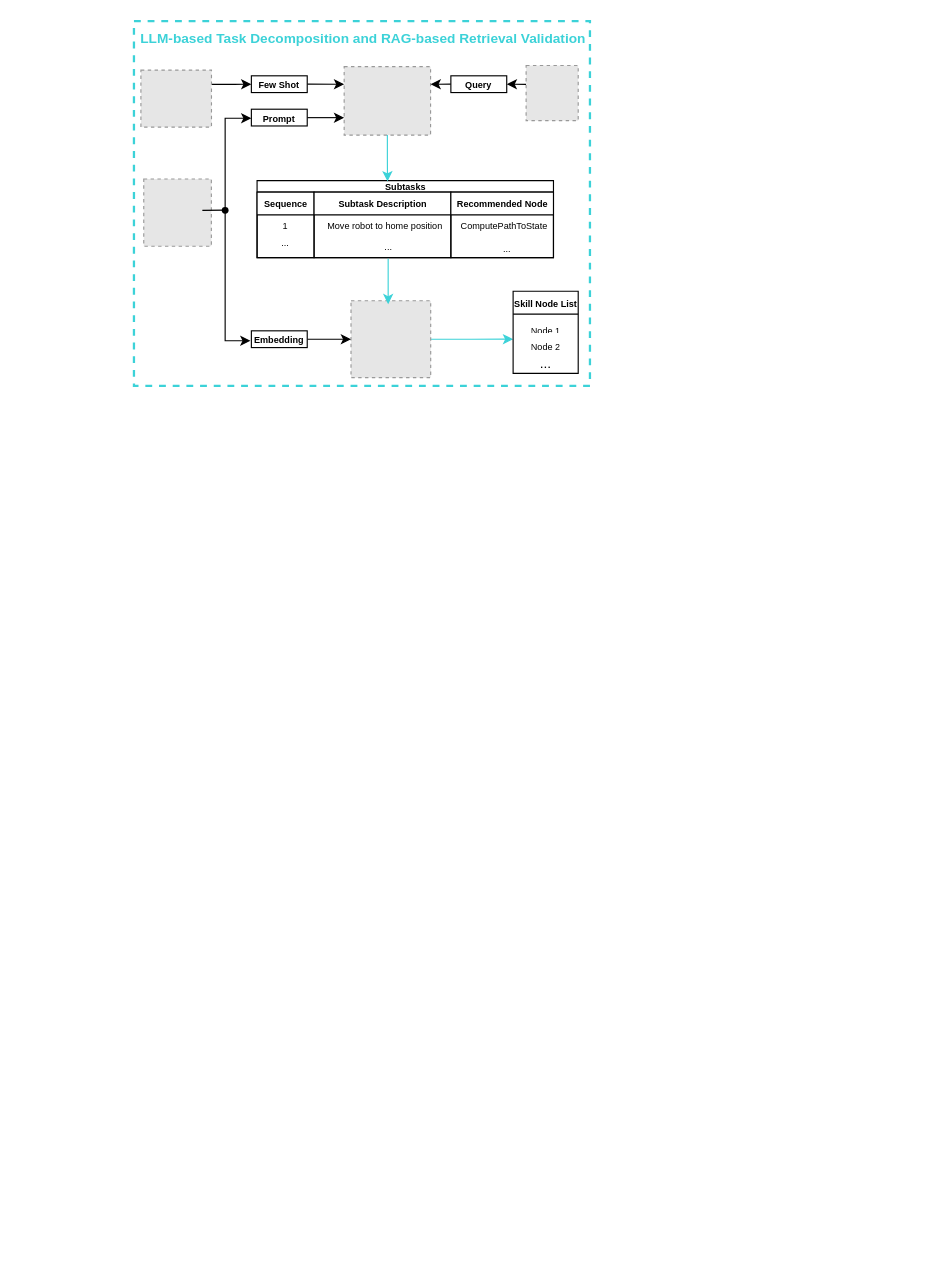
Above: page "Page-1" (1 of 6) of LLM-based Task Decomposition and RAG-based Retrieval Validation.drawio in ipa-rwu/JiWei_Thesis (draw.io), before the change. Source tidied: cells renumbered, new cells numbered last; positions are measured from the earlier drawing's top-left corner, leaving out a move shared by most shapes. Both pictures are drawn from the tidied source at 114%, with x=0, y=0 at pixel (133, 21). Pictures stored in the file or linked from it are replaced by grey dashed boxes.
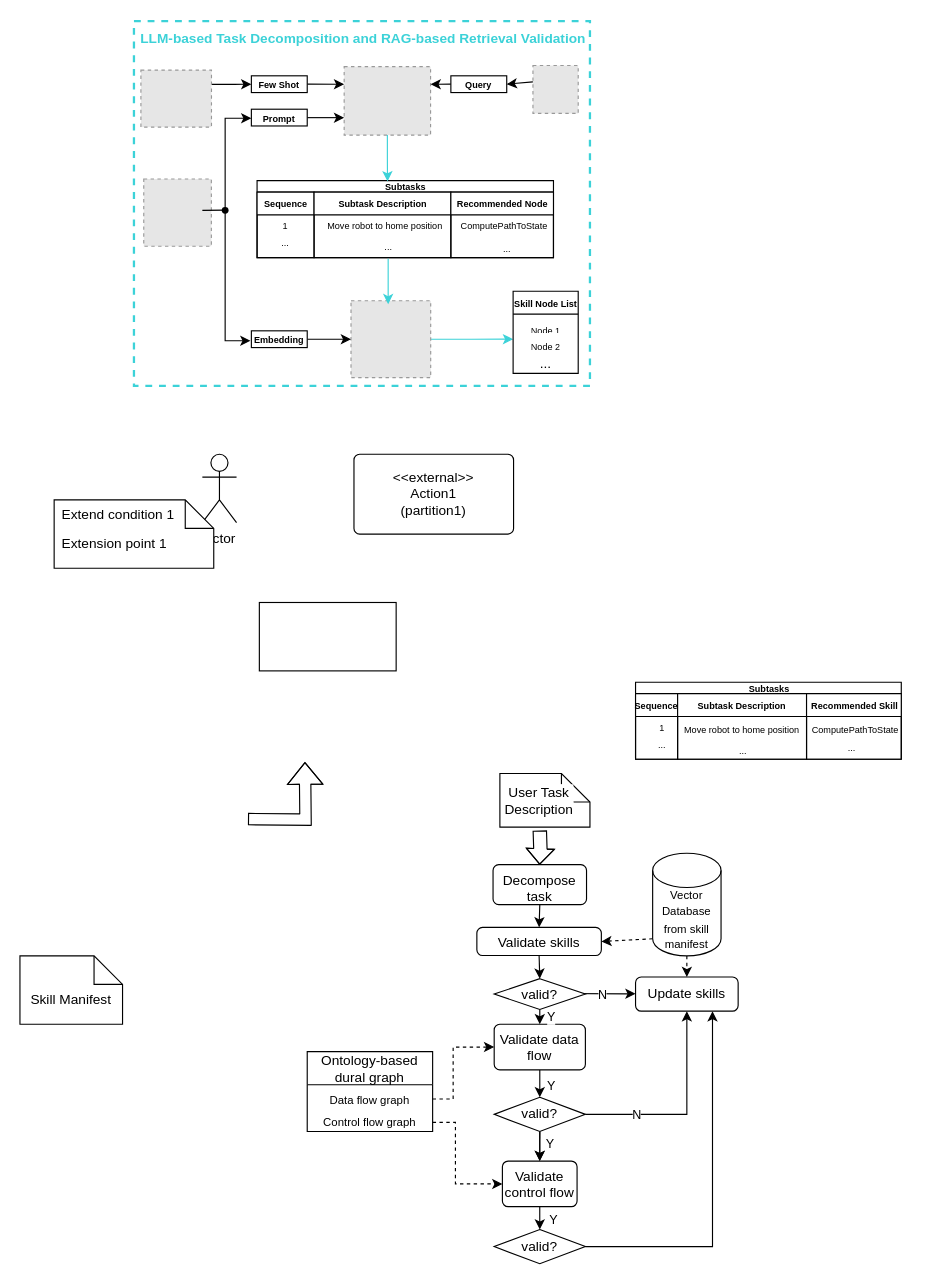
Above is the later version.

Change to the diagram source:
```diff
@@
     <mxCell id="6" style="fillColor=#E6E6E6;strokeColor=#999999;dashed=1;verticalLabelPosition=bottom;labelBackgroundColor=default;verticalAlign=top;" parent="1" vertex="1">
-      <mxGeometry x="344" y="39" width="45.7" height="48.3" as="geometry" />
+      <mxGeometry x="350" y="39" width="39.7" height="42" as="geometry" />
     </mxCell>
@@
+    <mxCell id="41" value="Actor" style="shape=umlActor;verticalLabelPosition=bottom;verticalAlign=top;html=1;" parent="1" vertex="1">
+      <mxGeometry x="60" y="380" width="30" height="60" as="geometry" />
+    </mxCell>
+    <mxCell id="42" value="&amp;lt;&amp;lt;external&amp;gt;&amp;gt;&lt;br&gt;Action1&lt;br&gt;(partition1)" style="html=1;align=center;verticalAlign=middle;rounded=1;absoluteArcSize=1;arcSize=10;dashed=0;whiteSpace=wrap;" parent="1" vertex="1">
+      <mxGeometry x="193" y="380" width="140" height="70" as="geometry" />
+    </mxCell>
+    <mxCell id="43" value="Extension point 1" style="shape=note2;boundedLbl=1;whiteSpace=wrap;html=1;size=25;verticalAlign=top;align=left;spacingLeft=5;" parent="1" vertex="1">
+      <mxGeometry x="-70" y="420" width="140" height="60" as="geometry" />
+    </mxCell>
+    <mxCell id="44" value="Extend condition 1" style="strokeColor=none;fillColor=none;align=left;spacingLeft=5;whiteSpace=wrap;html=1;" parent="43" vertex="1">
+      <mxGeometry width="140" height="25" relative="1" as="geometry" />
+    </mxCell>
+    <mxCell id="45" style="shape=note2;boundedLbl=1;whiteSpace=wrap;html=1;size=25;verticalAlign=top;align=center;" parent="1" vertex="1">
+      <mxGeometry x="321" y="660" width="79" height="47" as="geometry" />
+    </mxCell>
+    <mxCell id="46" value="&lt;span style=&quot;text-align: left;&quot;&gt;Skill Manifest&lt;/span&gt;" style="shape=note2;boundedLbl=1;whiteSpace=wrap;html=1;size=25;verticalAlign=top;align=center;" parent="1" vertex="1">
+      <mxGeometry x="-100" y="820" width="90" height="60" as="geometry" />
+    </mxCell>
+    <mxCell id="47" style="edgeStyle=orthogonalEdgeStyle;shape=connector;rounded=0;jettySize=auto;html=1;exitX=0.5;exitY=1;exitDx=0;exitDy=0;exitPerimeter=0;entryX=0.5;entryY=0;entryDx=0;entryDy=0;strokeColor=default;align=center;verticalAlign=middle;fontFamily=Helvetica;fontSize=11;fontColor=default;labelBackgroundColor=default;endArrow=classic;dashed=1;" parent="1" edge="1" source="49" target="84">
+      <mxGeometry relative="1" as="geometry" />
+    </mxCell>
+    <mxCell id="48" style="endArrow=classic;html=1;rounded=0;fontFamily=Helvetica;fontSize=11;fontColor=default;labelBackgroundColor=default;dashed=1;exitX=0;exitY=1;exitDx=0;exitDy=-15;exitPerimeter=0;entryX=1;entryY=0.5;entryDx=0;entryDy=0;" parent="1" edge="1" source="49" target="62">
+      <mxGeometry relative="1" as="geometry" />
+    </mxCell>
+    <mxCell id="49" value="&lt;font style=&quot;font-size: 10px;&quot;&gt;Vector Database from skill manifest&lt;/font&gt;" style="shape=cylinder3;whiteSpace=wrap;html=1;boundedLbl=1;backgroundOutline=1;size=15;" parent="1" vertex="1">
+      <mxGeometry x="455" y="730" width="60" height="90" as="geometry" />
+    </mxCell>
+    <mxCell id="50" style="group;" parent="1" vertex="1">
+      <mxGeometry x="440" y="580" width="240" height="67.5" as="geometry" />
+    </mxCell>
+    <mxCell id="51" value="&lt;font style=&quot;font-size: 8px;&quot;&gt;Subtasks&lt;/font&gt;" style="swimlane;startSize=10;html=1;" parent="50" vertex="1">
+      <mxGeometry width="233.1" height="67.5" as="geometry" />
+    </mxCell>
+    <mxCell id="52" value="&lt;font style=&quot;font-size: 8px;&quot;&gt;Sequence&lt;/font&gt;" style="swimlane;startSize=20;html=1;" parent="51" vertex="1">
+      <mxGeometry y="10" width="36.9" height="57.5" as="geometry" />
+    </mxCell>
+    <mxCell id="53" value="1" style="text;whiteSpace=wrap;align=center;verticalAlign=middle;fontSize=8;" parent="52" vertex="1">
+      <mxGeometry x="13.8" y="17" width="18.5" height="25" as="geometry" />
+    </mxCell>
+    <mxCell id="54" value="..." style="text;whiteSpace=wrap;align=center;verticalAlign=middle;fontSize=8;" parent="52" vertex="1">
+      <mxGeometry x="13.8" y="32.5" width="18.5" height="25" as="geometry" />
+    </mxCell>
+    <mxCell id="55" value="&lt;div align=&quot;center&quot;&gt;&lt;font style=&quot;font-size: 8px;&quot;&gt;Subtask Description&lt;/font&gt;&lt;/div&gt;" style="swimlane;startSize=20;html=1;align=center;" parent="51" vertex="1">
+      <mxGeometry x="36.9" y="10" width="113.1" height="57.5" as="geometry" />
+    </mxCell>
+    <mxCell id="56" value="&lt;font style=&quot;font-size: 8px;&quot;&gt;Move robot to home position&lt;/font&gt;" style="text;whiteSpace=wrap;html=1;" parent="55" vertex="1">
+      <mxGeometry x="4.4" y="17" width="106.5" height="20" as="geometry" />
+    </mxCell>
+    <mxCell id="57" value="&lt;font style=&quot;font-size: 8px;&quot;&gt;Recommended Skill&lt;/font&gt;" style="swimlane;startSize=20;html=1;" parent="51" vertex="1">
+      <mxGeometry x="150" y="10" width="83.1" height="57.5" as="geometry" />
+    </mxCell>
+    <mxCell id="58" value="&lt;font style=&quot;font-size: 8px;&quot;&gt;&lt;span&gt;ComputePathToState&lt;/span&gt;&lt;/font&gt;" style="text;whiteSpace=wrap;html=1;" parent="57" vertex="1">
+      <mxGeometry x="2.8" y="17" width="73.8" height="20" as="geometry" />
+    </mxCell>
+    <mxCell id="59" value="&lt;div align=&quot;center&quot;&gt;&lt;font style=&quot;font-size: 8px;&quot;&gt;...&lt;/font&gt;&lt;/div&gt;" style="text;whiteSpace=wrap;html=1;align=center;" parent="57" vertex="1">
+      <mxGeometry x="9.7" y="32.5" width="60" height="20" as="geometry" />
+    </mxCell>
+    <mxCell id="60" value="&lt;div align=&quot;center&quot;&gt;&lt;font style=&quot;font-size: 8px;&quot;&gt;...&lt;/font&gt;&lt;/div&gt;" style="text;whiteSpace=wrap;html=1;align=center;" parent="50" vertex="1">
+      <mxGeometry x="46.2" y="45" width="96.9" height="20" as="geometry" />
+    </mxCell>
+    <mxCell id="61" style="edgeStyle=orthogonalEdgeStyle;rounded=0;jettySize=auto;html=1;exitX=0.5;exitY=1;exitDx=0;exitDy=0;entryX=0.5;entryY=0;entryDx=0;entryDy=0;fontFamily=Helvetica;fontSize=11;fontColor=default;labelBackgroundColor=default;" parent="1" edge="1" source="62" target="89">
+      <mxGeometry relative="1" as="geometry" />
+    </mxCell>
+    <mxCell id="62" value="Validate skills" style="html=1;align=center;verticalAlign=top;rounded=1;absoluteArcSize=1;arcSize=10;dashed=0;whiteSpace=wrap;" parent="1" vertex="1">
+      <mxGeometry x="300.8" y="795" width="109.2" height="24.7" as="geometry" />
+    </mxCell>
+    <mxCell id="63" style="endArrow=classic;html=1;rounded=0;fontFamily=Helvetica;fontSize=11;fontColor=default;labelBackgroundColor=default;" parent="1" edge="1" source="65" target="77">
+      <mxGeometry relative="1" as="geometry" />
+    </mxCell>
+    <mxCell id="64" value="Y" style="edgeLabel;html=1;align=center;verticalAlign=middle;fontFamily=Helvetica;fontSize=11;fontColor=default;labelBackgroundColor=default;fillColor=none;gradientColor=none;" parent="63" vertex="1">
+      <mxGeometry x="0.18" relative="1" as="geometry">
+        <mxPoint x="9" y="-1" as="offset" />
+      </mxGeometry>
+    </mxCell>
+    <mxCell id="65" value="Validate data flow" style="html=1;align=center;verticalAlign=top;rounded=1;absoluteArcSize=1;arcSize=10;dashed=0;whiteSpace=wrap;" parent="1" vertex="1">
+      <mxGeometry x="316" y="880" width="80" height="40" as="geometry" />
+    </mxCell>
+    <mxCell id="66" style="endArrow=classic;html=1;rounded=0;fontFamily=Helvetica;fontSize=11;fontColor=default;labelBackgroundColor=default;" parent="1" edge="1" source="68" target="81">
+      <mxGeometry relative="1" as="geometry" />
+    </mxCell>
+    <mxCell id="67" value="Y" style="edgeLabel;html=1;align=center;verticalAlign=middle;fontFamily=Helvetica;fontSize=11;fontColor=default;labelBackgroundColor=default;fillColor=none;gradientColor=none;" parent="66" vertex="1">
+      <mxGeometry x="0.03" relative="1" as="geometry">
+        <mxPoint x="12" y="2" as="offset" />
+      </mxGeometry>
+    </mxCell>
+    <mxCell id="68" value="Validate control flow" style="html=1;align=center;verticalAlign=top;rounded=1;absoluteArcSize=1;arcSize=10;dashed=0;whiteSpace=wrap;" parent="1" vertex="1">
+      <mxGeometry x="323.2" y="1000" width="65.5" height="40" as="geometry" />
+    </mxCell>
+    <mxCell id="69" value="&lt;span style=&quot;font-weight: normal;&quot;&gt;Ontology-based dural graph&lt;/span&gt;" style="swimlane;fontStyle=1;align=center;verticalAlign=middle;horizontal=1;startSize=29;html=1;whiteSpace=wrap;" parent="1" vertex="1">
+      <mxGeometry x="152" y="904" width="110" height="70" as="geometry" />
+    </mxCell>
+    <mxCell id="70" value="Data flow graph" style="text;html=1;strokeColor=none;fillColor=none;align=center;verticalAlign=middle;spacingLeft=4;spacingRight=4;overflow=hidden;points=[[0,0.5],[1,0.5]];portConstraint=eastwest;whiteSpace=wrap;fontSize=10;" parent="69" vertex="1">
+      <mxGeometry y="29" width="110" height="25" as="geometry" />
+    </mxCell>
+    <mxCell id="71" value="Control flow graph" style="text;html=1;strokeColor=none;fillColor=none;align=center;verticalAlign=middle;spacingLeft=4;spacingRight=4;overflow=hidden;points=[[0,0.5],[1,0.5]];portConstraint=eastwest;whiteSpace=wrap;fontSize=10;" parent="69" vertex="1">
+      <mxGeometry y="54" width="110" height="16" as="geometry" />
+    </mxCell>
+    <mxCell id="72" value="Decompose task" style="html=1;align=center;verticalAlign=top;rounded=1;absoluteArcSize=1;arcSize=10;dashed=0;whiteSpace=wrap;" parent="1" vertex="1">
+      <mxGeometry x="315" y="740" width="82" height="35" as="geometry" />
+    </mxCell>
+    <mxCell id="73" style="edgeStyle=orthogonalEdgeStyle;rounded=0;jettySize=auto;html=1;exitX=0.5;exitY=1;exitDx=0;exitDy=0;entryX=0.5;entryY=0;entryDx=0;entryDy=0;fontFamily=Helvetica;fontSize=11;fontColor=default;labelBackgroundColor=default;" parent="1" edge="1" source="77" target="68">
+      <mxGeometry relative="1" as="geometry" />
+    </mxCell>
+    <mxCell id="74" style="endArrow=classic;html=1;rounded=0;fontFamily=Helvetica;fontSize=11;fontColor=default;labelBackgroundColor=default;" parent="1" edge="1" source="77" target="68">
+      <mxGeometry relative="1" as="geometry" />
+    </mxCell>
+    <mxCell id="75" style="edgeStyle=orthogonalEdgeStyle;shape=connector;rounded=0;jettySize=auto;html=1;exitX=1;exitY=0.5;exitDx=0;exitDy=0;strokeColor=default;align=center;verticalAlign=middle;fontFamily=Helvetica;fontSize=11;fontColor=default;labelBackgroundColor=default;endArrow=classic;" parent="1" edge="1" source="77" target="84">
+      <mxGeometry relative="1" as="geometry" />
+    </mxCell>
+    <mxCell id="76" value="N" style="edgeLabel;html=1;align=center;verticalAlign=middle;fontFamily=Helvetica;fontSize=11;fontColor=default;labelBackgroundColor=default;fillColor=none;gradientColor=none;" parent="75" vertex="1">
+      <mxGeometry x="-0.69" y="1" relative="1" as="geometry">
+        <mxPoint x="16" y="1" as="offset" />
+      </mxGeometry>
+    </mxCell>
+    <mxCell id="77" value="valid?" style="rhombus;whiteSpace=wrap;html=1;" parent="1" vertex="1">
+      <mxGeometry x="316" y="944" width="80" height="30" as="geometry" />
+    </mxCell>
+    <mxCell id="78" style="endArrow=classic;html=1;rounded=0;fontFamily=Helvetica;fontSize=11;fontColor=default;labelBackgroundColor=default;exitX=0.5;exitY=1;exitDx=0;exitDy=0;entryX=0.5;entryY=0;entryDx=0;entryDy=0;" parent="1" edge="1" source="72" target="62">
+      <mxGeometry relative="1" as="geometry" />
+    </mxCell>
+    <mxCell id="79" value="Y" style="text;html=1;align=center;verticalAlign=middle;strokeColor=none;fillColor=none;fontFamily=Helvetica;fontSize=11;fontColor=default;labelBackgroundColor=default;" parent="1" vertex="1">
+      <mxGeometry x="350" y="970" width="30" height="30" as="geometry" />
+    </mxCell>
+    <mxCell id="80" style="edgeStyle=orthogonalEdgeStyle;shape=connector;rounded=0;jettySize=auto;html=1;exitX=1;exitY=0.5;exitDx=0;exitDy=0;entryX=0.75;entryY=1;entryDx=0;entryDy=0;strokeColor=default;align=center;verticalAlign=middle;fontFamily=Helvetica;fontSize=11;fontColor=default;labelBackgroundColor=default;endArrow=classic;" parent="1" edge="1" source="81" target="84">
+      <mxGeometry relative="1" as="geometry" />
+    </mxCell>
+    <mxCell id="81" value="valid?" style="rhombus;whiteSpace=wrap;html=1;" parent="1" vertex="1">
+      <mxGeometry x="316" y="1060" width="80" height="30" as="geometry" />
+    </mxCell>
+    <mxCell id="82" style="edgeStyle=orthogonalEdgeStyle;rounded=0;jettySize=auto;html=1;entryX=0;entryY=0.5;entryDx=0;entryDy=0;fontFamily=Helvetica;fontSize=11;fontColor=default;labelBackgroundColor=default;dashed=1;" parent="1" edge="1" source="70" target="65">
+      <mxGeometry relative="1" as="geometry">
+        <Array as="points">
+          <mxPoint x="280" y="945" />
+          <mxPoint x="280" y="900" />
+        </Array>
+      </mxGeometry>
+    </mxCell>
+    <mxCell id="83" style="edgeStyle=orthogonalEdgeStyle;rounded=0;jettySize=auto;html=1;exitX=1;exitY=0.5;exitDx=0;exitDy=0;entryX=0;entryY=0.5;entryDx=0;entryDy=0;fontFamily=Helvetica;fontSize=11;fontColor=default;labelBackgroundColor=default;dashed=1;" parent="1" edge="1" source="71" target="68">
+      <mxGeometry relative="1" as="geometry">
+        <Array as="points">
+          <mxPoint x="282" y="966" />
+          <mxPoint x="282" y="1020" />
+        </Array>
+      </mxGeometry>
+    </mxCell>
+    <mxCell id="84" value="Update skills" style="html=1;align=center;verticalAlign=top;rounded=1;absoluteArcSize=1;arcSize=10;dashed=0;whiteSpace=wrap;" parent="1" vertex="1">
+      <mxGeometry x="440" y="838.5" width="90" height="30" as="geometry" />
+    </mxCell>
+    <mxCell id="85" style="edgeStyle=orthogonalEdgeStyle;rounded=0;jettySize=auto;html=1;exitX=0.5;exitY=1;exitDx=0;exitDy=0;entryX=0.5;entryY=0;entryDx=0;entryDy=0;fontFamily=Helvetica;fontSize=11;fontColor=default;labelBackgroundColor=default;" parent="1" edge="1" source="89" target="65">
+      <mxGeometry relative="1" as="geometry" />
+    </mxCell>
+    <mxCell id="86" value="Y" style="edgeLabel;html=1;align=center;verticalAlign=middle;fontFamily=Helvetica;fontSize=11;fontColor=default;labelBackgroundColor=default;fillColor=none;gradientColor=none;" parent="85" vertex="1">
+      <mxGeometry x="-0.12" y="1" relative="1" as="geometry">
+        <mxPoint x="8" as="offset" />
+      </mxGeometry>
+    </mxCell>
+    <mxCell id="87" style="endArrow=classic;html=1;rounded=0;fontFamily=Helvetica;fontSize=11;fontColor=default;labelBackgroundColor=default;" parent="1" edge="1" target="84">
+      <mxGeometry relative="1" as="geometry">
+        <mxPoint x="371" y="853" as="sourcePoint" />
+      </mxGeometry>
+    </mxCell>
+    <mxCell id="88" value="N" style="edgeLabel;html=1;align=center;verticalAlign=middle;fontFamily=Helvetica;fontSize=11;fontColor=default;labelBackgroundColor=default;fillColor=none;gradientColor=none;" parent="87" vertex="1">
+      <mxGeometry x="0.25" y="1" relative="1" as="geometry">
+        <mxPoint x="-4" y="1" as="offset" />
+      </mxGeometry>
+    </mxCell>
+    <mxCell id="89" value="valid?" style="rhombus;whiteSpace=wrap;html=1;" parent="1" vertex="1">
+      <mxGeometry x="316" y="840" width="80" height="27" as="geometry" />
+    </mxCell>
+    <mxCell id="90" style="rounded=0;whiteSpace=wrap;html=1;align=center;verticalAlign=middle;fontFamily=Helvetica;fontSize=11;fontColor=default;labelBackgroundColor=default;fillColor=none;gradientColor=none;" parent="1" vertex="1">
+      <mxGeometry x="110" y="510" width="120" height="60" as="geometry" />
+    </mxCell>
+    <mxCell id="91" style="shape=flexArrow;endArrow=classic;html=1;rounded=0;strokeColor=default;align=center;verticalAlign=middle;fontFamily=Helvetica;fontSize=11;fontColor=default;labelBackgroundColor=default;edgeStyle=orthogonalEdgeStyle;" parent="1" edge="1">
+      <mxGeometry relative="1" as="geometry">
+        <mxPoint x="100" y="700" as="sourcePoint" />
+        <mxPoint x="150" y="650" as="targetPoint" />
+      </mxGeometry>
+    </mxCell>
+    <mxCell id="92" style="shape=flexArrow;endArrow=classic;html=1;rounded=0;strokeColor=default;align=center;verticalAlign=middle;fontFamily=Helvetica;fontSize=11;fontColor=default;labelBackgroundColor=default;edgeStyle=orthogonalEdgeStyle;width=11.724137931034484;endSize=4.151724137931034;endWidth=11.914387633769321;" parent="1" edge="1">
+      <mxGeometry relative="1" as="geometry">
+        <mxPoint x="356" y="710" as="sourcePoint" />
+        <mxPoint x="355.9" y="740" as="targetPoint" />
+      </mxGeometry>
+    </mxCell>
+    <mxCell id="93" value="&lt;span style=&quot;font-size: 12px; text-align: left; text-wrap-mode: wrap; background-color: rgb(255, 255, 255);&quot;&gt;User Task Description&lt;/span&gt;" style="text;html=1;align=center;verticalAlign=middle;strokeColor=none;fillColor=none;fontFamily=Helvetica;fontSize=11;fontColor=default;labelBackgroundColor=default;" parent="1" vertex="1">
+      <mxGeometry x="285" y="668.5" width="140" height="30" as="geometry" />
+    </mxCell>
```
